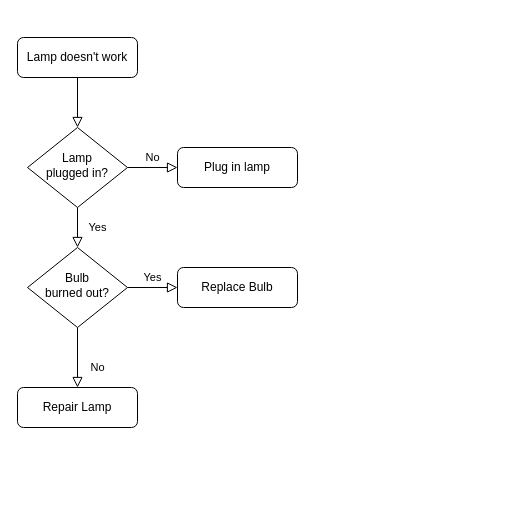
Above: test.drawio in afzalex/draw.io-storage (draw.io), before the change. Source tidied: cells renumbered, new cells numbered last; positions are measured from the earlier drawing's top-left corner, leaving out a move shared by most shapes. Both pictures are drawn from the tidied source at 100%, with x=0, y=0 at pixel (17, 37).
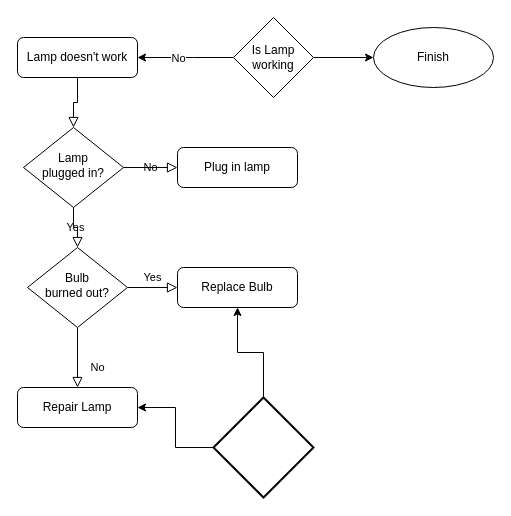
After the change.

Unchanged cells that the change refers to:
```xml
<mxCell id="3" value="Lamp doesn't work" style="rounded=1;whiteSpace=wrap;html=1;fontSize=12;glass=0;strokeWidth=1;shadow=0;" parent="1" vertex="1">
  <mxGeometry width="120" height="40" as="geometry" />
</mxCell>
<mxCell id="7" value="Plug in lamp" style="rounded=1;whiteSpace=wrap;html=1;fontSize=12;glass=0;strokeWidth=1;shadow=0;" parent="1" vertex="1">
  <mxGeometry x="160" y="110" width="120" height="40" as="geometry" />
</mxCell>
<mxCell id="10" value="Bulb&lt;br&gt;burned out?" style="rhombus;whiteSpace=wrap;html=1;shadow=0;fontFamily=Helvetica;fontSize=12;align=center;strokeWidth=1;spacing=6;spacingTop=-4;" parent="1" vertex="1">
  <mxGeometry x="10" y="210" width="100" height="80" as="geometry" />
</mxCell>
<mxCell id="11" value="Repair Lamp" style="rounded=1;whiteSpace=wrap;html=1;fontSize=12;glass=0;strokeWidth=1;shadow=0;" parent="1" vertex="1">
  <mxGeometry y="350" width="120" height="40" as="geometry" />
</mxCell>
<mxCell id="12" value="Replace Bulb" style="rounded=1;whiteSpace=wrap;html=1;fontSize=12;glass=0;strokeWidth=1;shadow=0;" parent="1" vertex="1">
  <mxGeometry x="160" y="230" width="120" height="40" as="geometry" />
</mxCell>
```

Change to the diagram source:
```diff
@@
     <mxCell id="4" value="Yes" style="rounded=0;html=1;jettySize=auto;fontSize=11;endArrow=block;endFill=0;endSize=8;strokeWidth=1;shadow=0;labelBackgroundColor=none;edgeStyle=orthogonalEdgeStyle;" parent="1" edge="1" source="6" target="10">
-      <mxGeometry y="20" relative="1" as="geometry" />
+      <mxGeometry relative="1" as="geometry" />
     </mxCell>
     <mxCell id="5" value="No" style="edgeStyle=orthogonalEdgeStyle;rounded=0;html=1;jettySize=auto;fontSize=11;endArrow=block;endFill=0;endSize=8;strokeWidth=1;shadow=0;labelBackgroundColor=none;" parent="1" edge="1" source="6" target="7">
-      <mxGeometry y="10" relative="1" as="geometry" />
+      <mxGeometry relative="1" as="geometry" />
     </mxCell>
-    <mxCell id="6" value="Lamp&lt;br&gt;plugged in?" style="rhombus;whiteSpace=wrap;html=1;shadow=0;fontFamily=Helvetica;fontSize=12;align=center;strokeWidth=1;spacing=6;spacingTop=-4;" parent="1" vertex="1">
-      <mxGeometry x="10" y="90" width="100" height="80" as="geometry" />
+    <mxCell id="6" value="Lamp&lt;br&gt;plugged in?" style="rhombus;whiteSpace=wrap;html=1;shadow=0;fontFamily=Helvetica;fontSize=12;align=center;strokeWidth=1;spacing=6;spacingTop=-4;direction=west;" parent="1" vertex="1">
+      <mxGeometry x="6" y="90" width="100" height="80" as="geometry" />
     </mxCell>
@@
+    <mxCell id="13" style="edgeStyle=orthogonalEdgeStyle;rounded=0;jettySize=auto;html=1;" parent="1" edge="1" source="16" target="3">
+      <mxGeometry relative="1" as="geometry">
+        <Array as="points">
+          <mxPoint x="176" y="20" />
+          <mxPoint x="176" y="20" />
+        </Array>
+      </mxGeometry>
+    </mxCell>
+    <mxCell id="14" value="No" style="edgeLabel;html=1;align=center;verticalAlign=middle;" parent="13" vertex="1">
+      <mxGeometry x="0.1" y="2" relative="1" as="geometry">
+        <mxPoint x="-3" y="-2" as="offset" />
+      </mxGeometry>
+    </mxCell>
+    <mxCell id="15" style="edgeStyle=orthogonalEdgeStyle;rounded=0;jettySize=auto;html=1;" parent="1" edge="1" source="16" target="17">
+      <mxGeometry relative="1" as="geometry" />
+    </mxCell>
+    <mxCell id="16" value="Is Lamp working" style="rhombus;whiteSpace=wrap;html=1;" parent="1" vertex="1">
+      <mxGeometry x="216" y="-20" width="80" height="80" as="geometry" />
+    </mxCell>
+    <mxCell id="17" value="Finish" style="ellipse;whiteSpace=wrap;html=1;" parent="1" vertex="1">
+      <mxGeometry x="356" y="-10" width="120" height="60" as="geometry" />
+    </mxCell>
+    <mxCell id="18" style="edgeStyle=orthogonalEdgeStyle;rounded=0;jettySize=auto;html=1;" parent="1" edge="1" source="20" target="11">
+      <mxGeometry relative="1" as="geometry" />
+    </mxCell>
+    <mxCell id="19" style="edgeStyle=orthogonalEdgeStyle;rounded=0;jettySize=auto;html=1;" parent="1" edge="1" source="20" target="12">
+      <mxGeometry relative="1" as="geometry" />
+    </mxCell>
+    <mxCell id="20" style="strokeWidth=2;html=1;shape=mxgraph.flowchart.decision;whiteSpace=wrap;direction=north;" parent="1" vertex="1">
+      <mxGeometry x="196" y="360" width="100" height="100" as="geometry" />
+    </mxCell>
```
